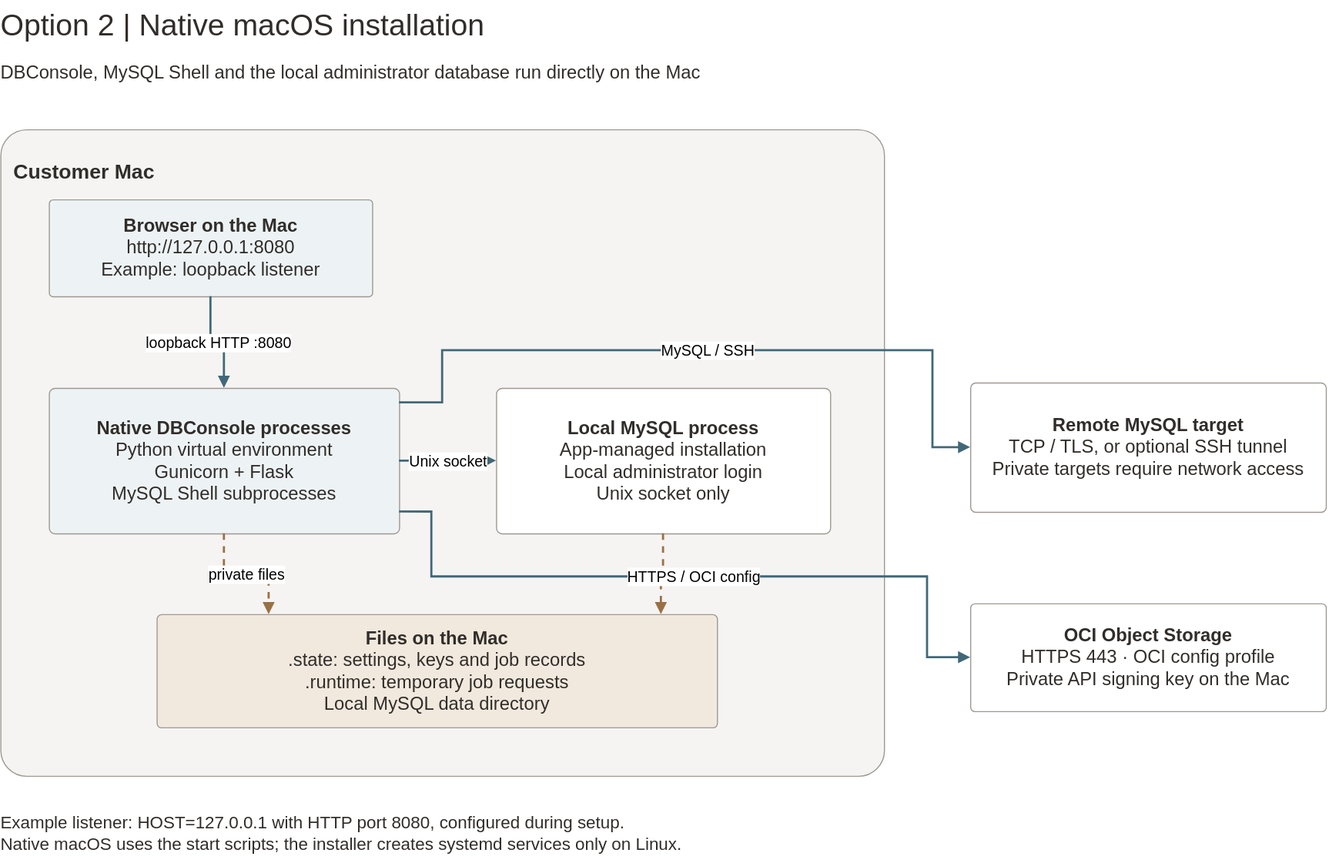
Before: docs/diagrams/architecture-macos.svg, a diagram exported from draw.io (ivanxma/mysqlconsole). Source tidied: cells renumbered, new cells last; positions are measured from the earlier drawing's top-left corner, leaving out a move shared by most shapes. The source it was exported from:
```xml
<mxGraphModel background="#ffffff">
  <root>
    <mxCell id="0" />
    <mxCell id="1" parent="0" />
    <mxCell id="2" value="Option 2  |  Native macOS installation" style="rounded=1;arcSize=4;whiteSpace=wrap;html=1;fontFamily=Helvetica;fontSize=17;fontColor=#312D2A;fillColor=#FFFFFF;strokeColor=#9E9892;spacing=12;fillColor=none;strokeColor=none;align=left;spacing=0;fontSize=28;" parent="1" vertex="1">
      <mxGeometry width="1240" height="45" as="geometry" />
    </mxCell>
    <mxCell id="3" value="DBConsole, MySQL Shell and the local administrator database run directly on the Mac" style="rounded=1;arcSize=4;whiteSpace=wrap;html=1;fontFamily=Helvetica;fontSize=17;fontColor=#312D2A;fillColor=#FFFFFF;strokeColor=#9E9892;spacing=12;fillColor=none;strokeColor=none;align=left;spacing=0;fontSize=17;" parent="1" vertex="1">
      <mxGeometry y="50" width="1240" height="35" as="geometry" />
    </mxCell>
    <mxCell id="4" value="&lt;b&gt;Customer Mac&lt;/b&gt;" style="rounded=1;arcSize=4;whiteSpace=wrap;html=1;fontFamily=Helvetica;fontSize=17;fontColor=#312D2A;fillColor=#FFFFFF;strokeColor=#9E9892;spacing=12;fillColor=#F5F4F2;verticalAlign=top;align=left;spacingTop=12;fontSize=19;" parent="1" vertex="1">
      <mxGeometry y="120" width="820" height="600" as="geometry" />
    </mxCell>
    <mxCell id="5" value="&lt;b&gt;Browser on the Mac&lt;/b&gt;&lt;br&gt;http://127.0.0.1:8080&lt;br&gt;Example: loopback listener" style="rounded=1;arcSize=4;whiteSpace=wrap;html=1;fontFamily=Helvetica;fontSize=17;fontColor=#312D2A;fillColor=#FFFFFF;strokeColor=#9E9892;spacing=12;fillColor=#EDF3F5;" parent="4" vertex="1">
      <mxGeometry x="45" y="65" width="300" height="90" as="geometry" />
    </mxCell>
    <mxCell id="6" value="&lt;b&gt;Native DBConsole processes&lt;/b&gt;&lt;br&gt;Python virtual environment&lt;br&gt;Gunicorn + Flask&lt;br&gt;MySQL Shell subprocesses" style="rounded=1;arcSize=4;whiteSpace=wrap;html=1;fontFamily=Helvetica;fontSize=17;fontColor=#312D2A;fillColor=#FFFFFF;strokeColor=#9E9892;spacing=12;fillColor=#EDF3F5;" parent="4" vertex="1">
      <mxGeometry x="45" y="240" width="325" height="135" as="geometry" />
    </mxCell>
    <mxCell id="7" value="&lt;b&gt;Local MySQL process&lt;/b&gt;&lt;br&gt;App-managed installation&lt;br&gt;Local administrator login&lt;br&gt;Unix socket only" style="rounded=1;arcSize=4;whiteSpace=wrap;html=1;fontFamily=Helvetica;fontSize=17;fontColor=#312D2A;fillColor=#FFFFFF;strokeColor=#9E9892;spacing=12;" parent="4" vertex="1">
      <mxGeometry x="460" y="240" width="310" height="135" as="geometry" />
    </mxCell>
    <mxCell id="8" value="&lt;b&gt;Files on the Mac&lt;/b&gt;&lt;br&gt;.state: settings, keys and job records&lt;br&gt;.runtime: temporary job requests&lt;br&gt;Local MySQL data directory" style="rounded=1;arcSize=4;whiteSpace=wrap;html=1;fontFamily=Helvetica;fontSize=17;fontColor=#312D2A;fillColor=#FFFFFF;strokeColor=#9E9892;spacing=12;fillColor=#F1E9DE;" parent="4" vertex="1">
      <mxGeometry x="145" y="450" width="520" height="105" as="geometry" />
    </mxCell>
    <mxCell id="9" value="&lt;b&gt;Remote MySQL target&lt;/b&gt;&lt;br&gt;TCP / TLS, or optional SSH tunnel&lt;br&gt;Private targets require network access" style="rounded=1;arcSize=4;whiteSpace=wrap;html=1;fontFamily=Helvetica;fontSize=17;fontColor=#312D2A;fillColor=#FFFFFF;strokeColor=#9E9892;spacing=12;" parent="1" vertex="1">
      <mxGeometry x="900" y="355" width="330" height="120" as="geometry" />
    </mxCell>
    <mxCell id="10" value="loopback HTTP :8080" style="edgeStyle=orthogonalEdgeStyle;rounded=0;jumpStyle=arc;html=1;endArrow=block;strokeWidth=2;strokeColor=#416878;fontFamily=Helvetica;fontSize=14;labelBackgroundColor=#FFFFFF;exitX=0.5;exitY=1;entryX=0.5;entryY=0;" parent="1" edge="1" source="5" target="6">
      <mxGeometry relative="1" as="geometry" />
    </mxCell>
    <mxCell id="11" value="Unix socket" style="edgeStyle=orthogonalEdgeStyle;rounded=0;jumpStyle=arc;html=1;endArrow=block;strokeWidth=2;strokeColor=#416878;fontFamily=Helvetica;fontSize=14;labelBackgroundColor=#FFFFFF;exitX=1;exitY=0.5;entryX=0;entryY=0.5;" parent="1" edge="1" source="6" target="7">
      <mxGeometry relative="1" as="geometry" />
    </mxCell>
    <mxCell id="12" value="private files" style="edgeStyle=orthogonalEdgeStyle;rounded=0;jumpStyle=arc;html=1;endArrow=block;strokeWidth=2;strokeColor=#416878;fontFamily=Helvetica;fontSize=14;labelBackgroundColor=#FFFFFF;dashed=1;strokeColor=#9A7045;exitX=0.5;exitY=1;entryX=0.2;entryY=0;" parent="1" edge="1" source="6" target="8">
      <mxGeometry relative="1" as="geometry" />
    </mxCell>
    <mxCell id="13" style="edgeStyle=orthogonalEdgeStyle;rounded=0;jumpStyle=arc;html=1;endArrow=block;strokeWidth=2;strokeColor=#416878;fontFamily=Helvetica;fontSize=14;labelBackgroundColor=#FFFFFF;dashed=1;strokeColor=#9A7045;exitX=0.5;exitY=1;entryX=0.9;entryY=0;" parent="1" edge="1" source="7" target="8">
      <mxGeometry relative="1" as="geometry" />
    </mxCell>
    <mxCell id="14" value="MySQL / SSH" style="edgeStyle=orthogonalEdgeStyle;rounded=0;jumpStyle=arc;html=1;endArrow=block;strokeWidth=2;strokeColor=#416878;fontFamily=Helvetica;fontSize=14;labelBackgroundColor=#FFFFFF;exitX=1;exitY=0.1;entryX=0;entryY=0.5;" parent="1" edge="1" source="6" target="9">
      <mxGeometry relative="1" as="geometry">
        <Array as="points">
          <mxPoint x="410" y="325" />
          <mxPoint x="865" y="325" />
          <mxPoint x="865" y="415" />
        </Array>
      </mxGeometry>
    </mxCell>
    <mxCell id="15" value="&lt;b&gt;OCI Object Storage&lt;/b&gt;&lt;br&gt;HTTPS 443 · OCI config profile&lt;br&gt;Private API signing key on the Mac" style="rounded=1;arcSize=4;whiteSpace=wrap;html=1;fontFamily=Helvetica;fontSize=17;fontColor=#312D2A;fillColor=#FFFFFF;strokeColor=#9E9892;spacing=12;" parent="1" vertex="1">
      <mxGeometry x="900" y="560" width="330" height="100" as="geometry" />
    </mxCell>
    <mxCell id="16" value="HTTPS / OCI config" style="edgeStyle=orthogonalEdgeStyle;rounded=0;jumpStyle=arc;html=1;endArrow=block;strokeWidth=2;strokeColor=#416878;fontFamily=Helvetica;fontSize=14;labelBackgroundColor=#FFFFFF;exitX=1;exitY=0.85;entryX=0;entryY=0.5;" parent="1" edge="1" source="6" target="15">
      <mxGeometry relative="1" as="geometry">
        <Array as="points">
          <mxPoint x="400" y="475" />
          <mxPoint x="400" y="535" />
          <mxPoint x="860" y="535" />
          <mxPoint x="860" y="610" />
        </Array>
      </mxGeometry>
    </mxCell>
    <mxCell id="17" value="Example listener: HOST=127.0.0.1 with HTTP port 8080, configured during setup.&lt;br&gt;Native macOS uses the start scripts; the installer creates systemd services only on Linux." style="rounded=1;arcSize=4;whiteSpace=wrap;html=1;fontFamily=Helvetica;fontSize=17;fontColor=#312D2A;fillColor=#FFFFFF;strokeColor=#9E9892;spacing=12;fillColor=none;strokeColor=none;align=left;spacing=0;fontSize=16;" parent="1" vertex="1">
      <mxGeometry y="745" width="1220" height="55" as="geometry" />
    </mxCell>
  </root>
</mxGraphModel>
```
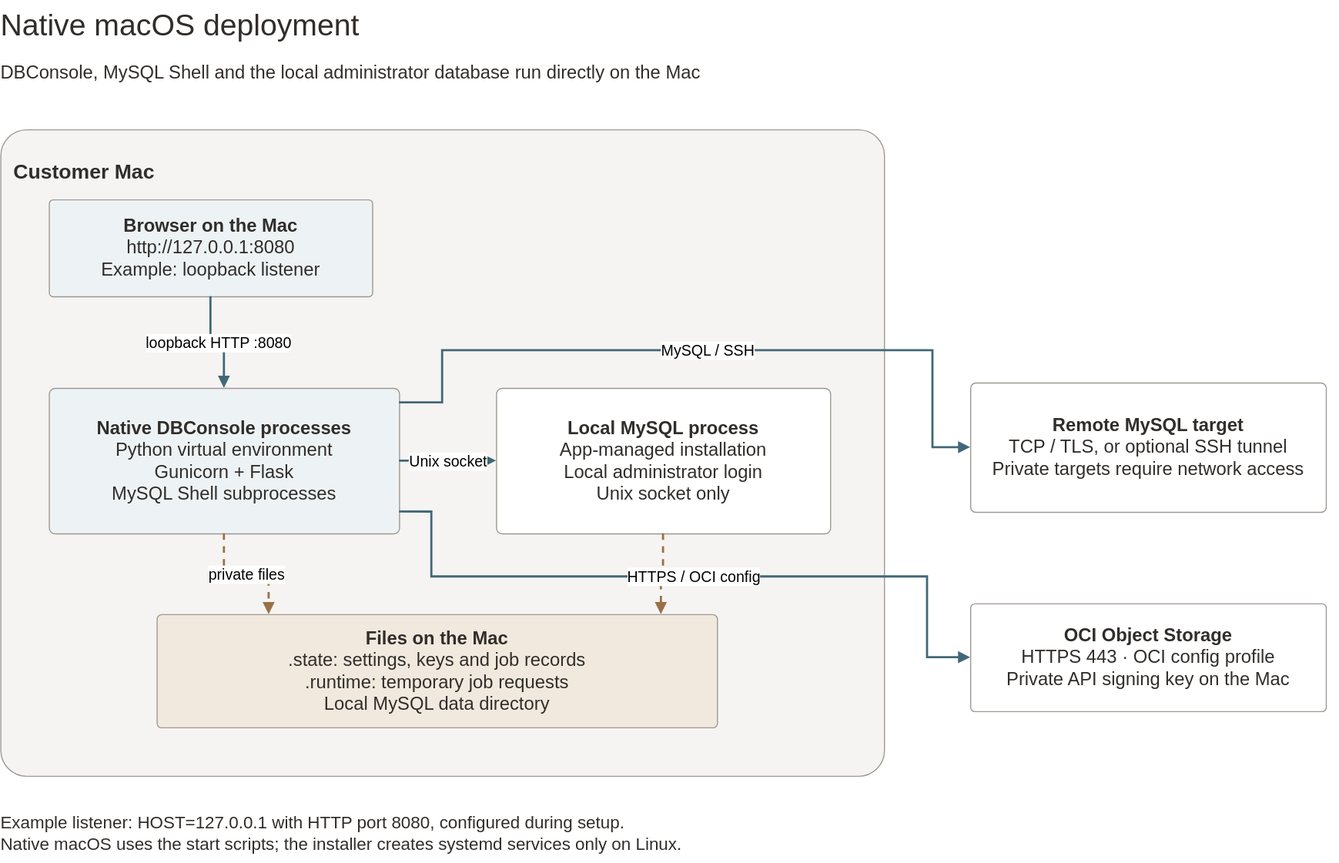
Above is the later version.

Commit message:
docs: remove conflicting deployment option numbers

Diff of the diagram source:
```diff
@@ -2,7 +2,7 @@
   <root>
     <mxCell id="0" />
     <mxCell id="1" parent="0" />
-    <mxCell id="2" value="Option 2  |  Native macOS installation" style="rounded=1;arcSize=4;whiteSpace=wrap;html=1;fontFamily=Helvetica;fontSize=17;fontColor=#312D2A;fillColor=#FFFFFF;strokeColor=#9E9892;spacing=12;fillColor=none;strokeColor=none;align=left;spacing=0;fontSize=28;" parent="1" vertex="1">
+    <mxCell id="2" value="Native macOS deployment" style="rounded=1;arcSize=4;whiteSpace=wrap;html=1;fontFamily=Helvetica;fontSize=17;fontColor=#312D2A;fillColor=#FFFFFF;strokeColor=#9E9892;spacing=12;fillColor=none;strokeColor=none;align=left;spacing=0;fontSize=28;" parent="1" vertex="1">
       <mxGeometry width="1240" height="45" as="geometry" />
     </mxCell>
     <mxCell id="3" value="DBConsole, MySQL Shell and the local administrator database run directly on the Mac" style="rounded=1;arcSize=4;whiteSpace=wrap;html=1;fontFamily=Helvetica;fontSize=17;fontColor=#312D2A;fillColor=#FFFFFF;strokeColor=#9E9892;spacing=12;fillColor=none;strokeColor=none;align=left;spacing=0;fontSize=17;" parent="1" vertex="1">
```
